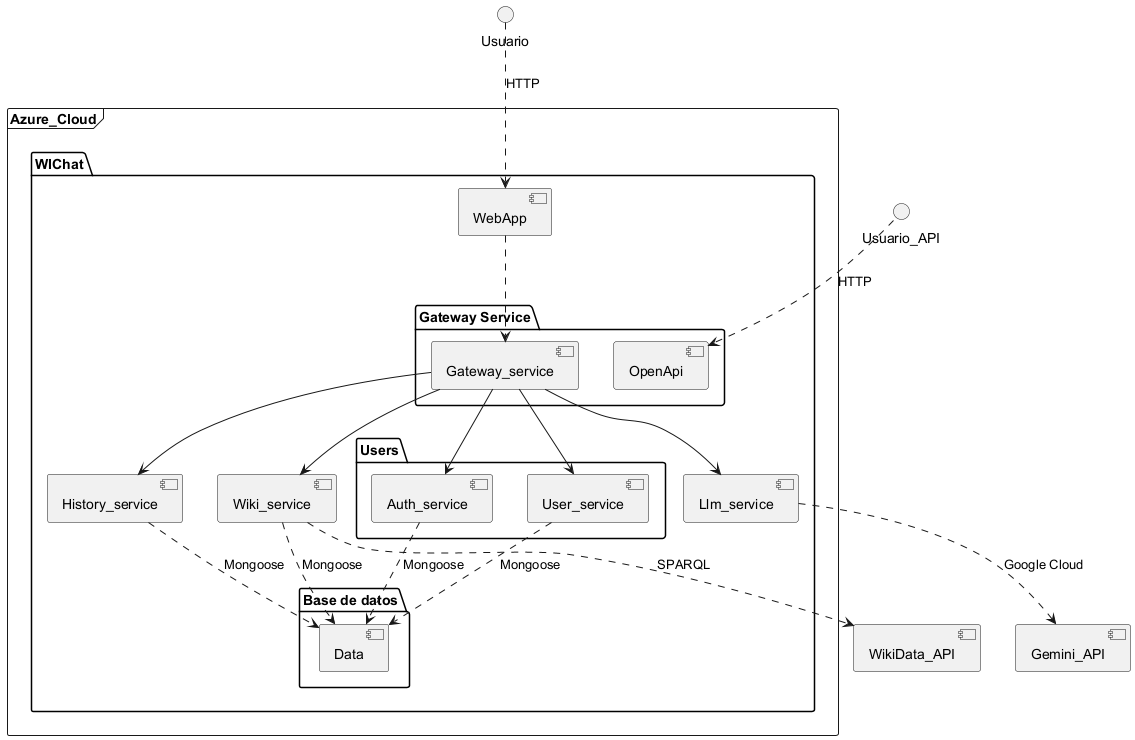
The PlantUML diagram images/Contexto técnico WIChat.png in Arquisoft/wichat_es5a, before a commit. Source of this version:
```plantuml
@startuml
frame "Azure_Cloud" {
    package "WIChat" {
         package "Gateway Service"{
               [Gateway_service]
               [OpenApi]
         }
         [Wiki_service]
         [History_service]
         [Llm_service]
         [WebApp]
         package "Users" {
              [Auth_service]
              [User_service]
         }
         package "Base de datos" {
              [Data]
        }
    }
}
[WikiData_API]
[Gemini_API]
() "Usuario"
() "Usuario_API"
Usuario ..> WebApp : HTTP
WebApp ..> Gateway_service
Gateway_service --> Wiki_service
Gateway_service --> Auth_service
Gateway_service --> User_service
Gateway_service --> History_service
Gateway_service --> Llm_service
Wiki_service ..> WikiData_API : SPARQL
Llm_service ..> Gemini_API : Google Cloud
Auth_service ..> Data : Mongoose
User_service ..> Data  : Mongoose
Wiki_service ..> Data : Mongoose
History_service ..> Data : Mongoose
Usuario_API ..> OpenApi : HTTP
@enduml
```
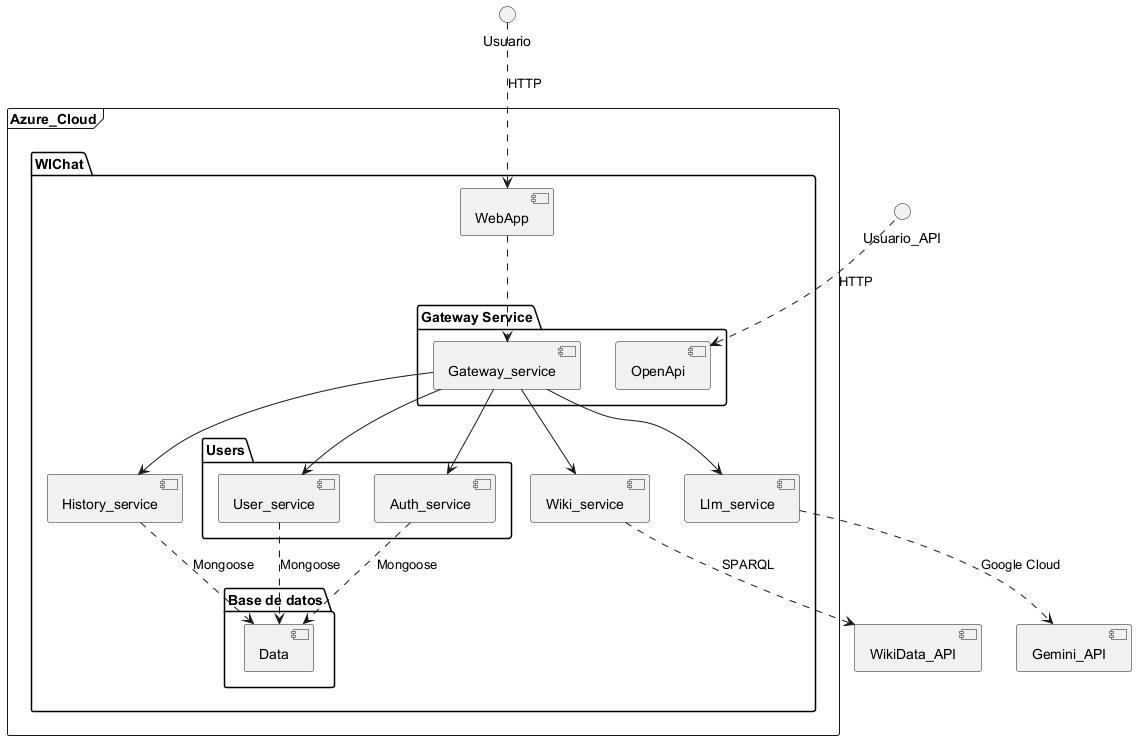
Above is the later version.

What changed in the source:
```diff
@@ -33,7 +33,6 @@
 Llm_service ..> Gemini_API : Google Cloud
 Auth_service ..> Data : Mongoose
 User_service ..> Data  : Mongoose
-Wiki_service ..> Data : Mongoose
 History_service ..> Data : Mongoose
 Usuario_API ..> OpenApi : HTTP
 @enduml
```
